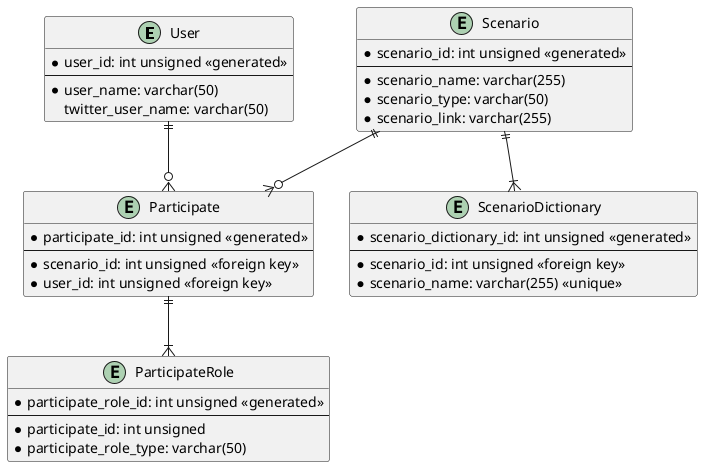
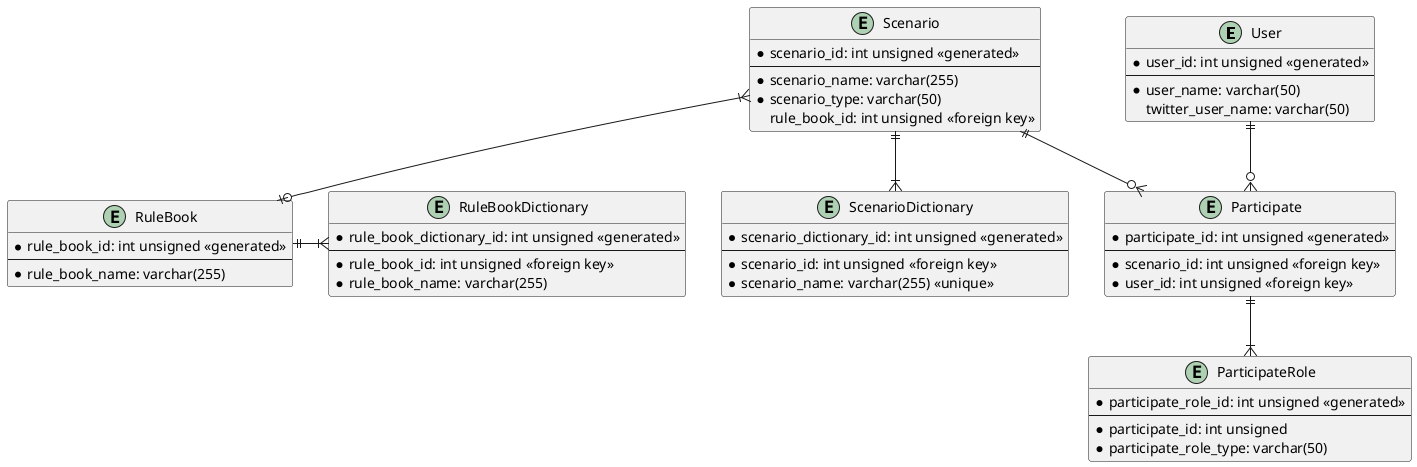
@startuml
'https://plantuml.com/class-diagram

entity User {
    * user_id: int unsigned <<generated>>
    --
    * user_name: varchar(50)
    twitter_user_name: varchar(50)
}

+ entity RuleBook {
+     * rule_book_id: int unsigned <<generated>>
+     --
+     * rule_book_name: varchar(255)
+ }
+ 
+ entity RuleBookDictionary {
+     * rule_book_dictionary_id: int unsigned <<generated>>
+     --
+     * rule_book_id: int unsigned <<foreign key>>
+     * rule_book_name: varchar(255)
+ }
+ 
+ RuleBook ||-|{ RuleBookDictionary
+ 
entity Scenario {
    * scenario_id: int unsigned <<generated>>
    --
    * scenario_name: varchar(255)
    * scenario_type: varchar(50)
-     * scenario_link: varchar(255)
+     rule_book_id: int unsigned <<foreign key>>
}

entity ScenarioDictionary {
    * scenario_dictionary_id: int unsigned <<generated>>
    --
    * scenario_id: int unsigned <<foreign key>>
    * scenario_name: varchar(255) <<unique>>
}

Scenario ||--|{ ScenarioDictionary
+ Scenario }|--o| RuleBook

entity Participate {
    * participate_id: int unsigned <<generated>>
    --
    * scenario_id: int unsigned <<foreign key>>
    * user_id: int unsigned <<foreign key>>
}

User ||--o{ Participate
Scenario ||--o{ Participate

entity ParticipateRole {
    * participate_role_id: int unsigned <<generated>>
    --
    * participate_id: int unsigned
    * participate_role_type: varchar(50)
}

Participate ||--|{ ParticipateRole

@enduml